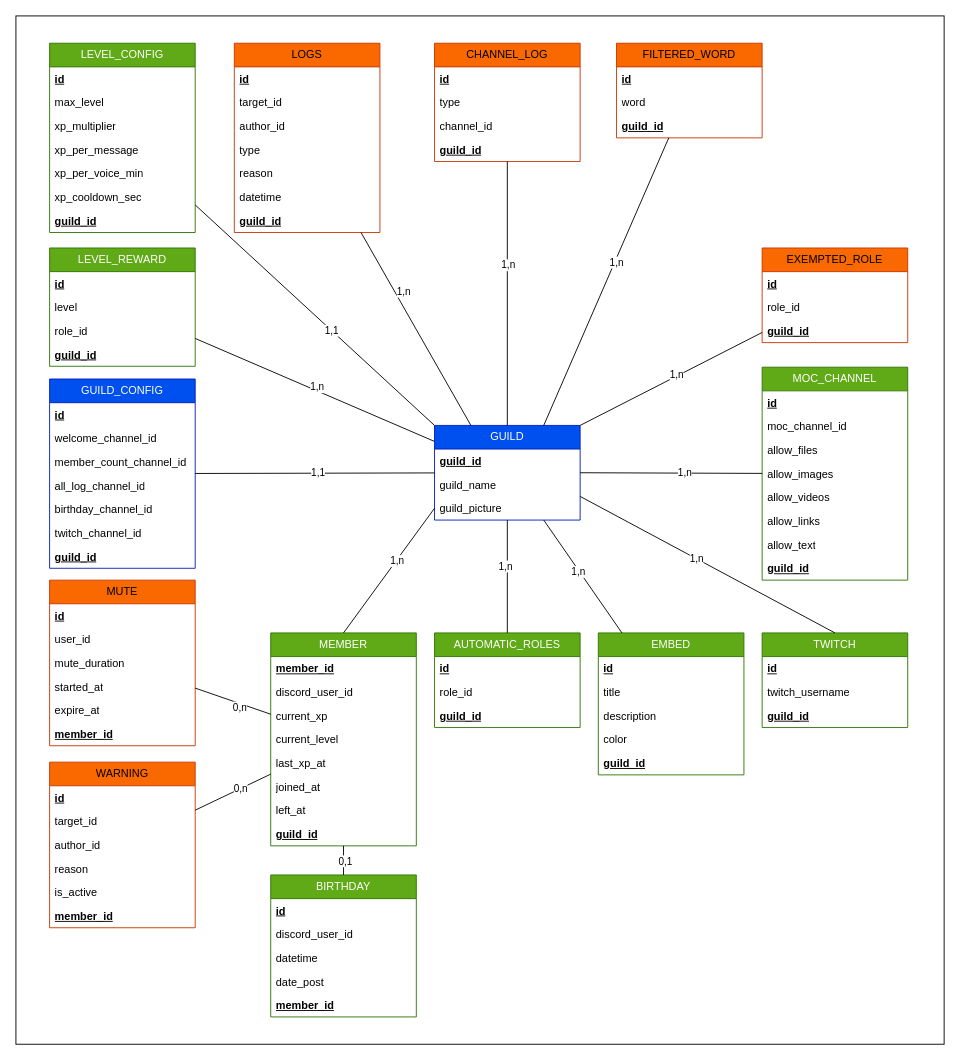
Before: docs/Sprint 1/MLD - Wystrelia.drawio in GwenaelS/CDA-Soutenance, a draw.io diagram. Source tidied: cells renumbered, new cells numbered last; positions are measured from the earlier drawing's top-left corner, leaving out a move shared by most shapes. Both pictures are drawn from the tidied source at 91%, with x=0, y=0 at pixel (15, 15).
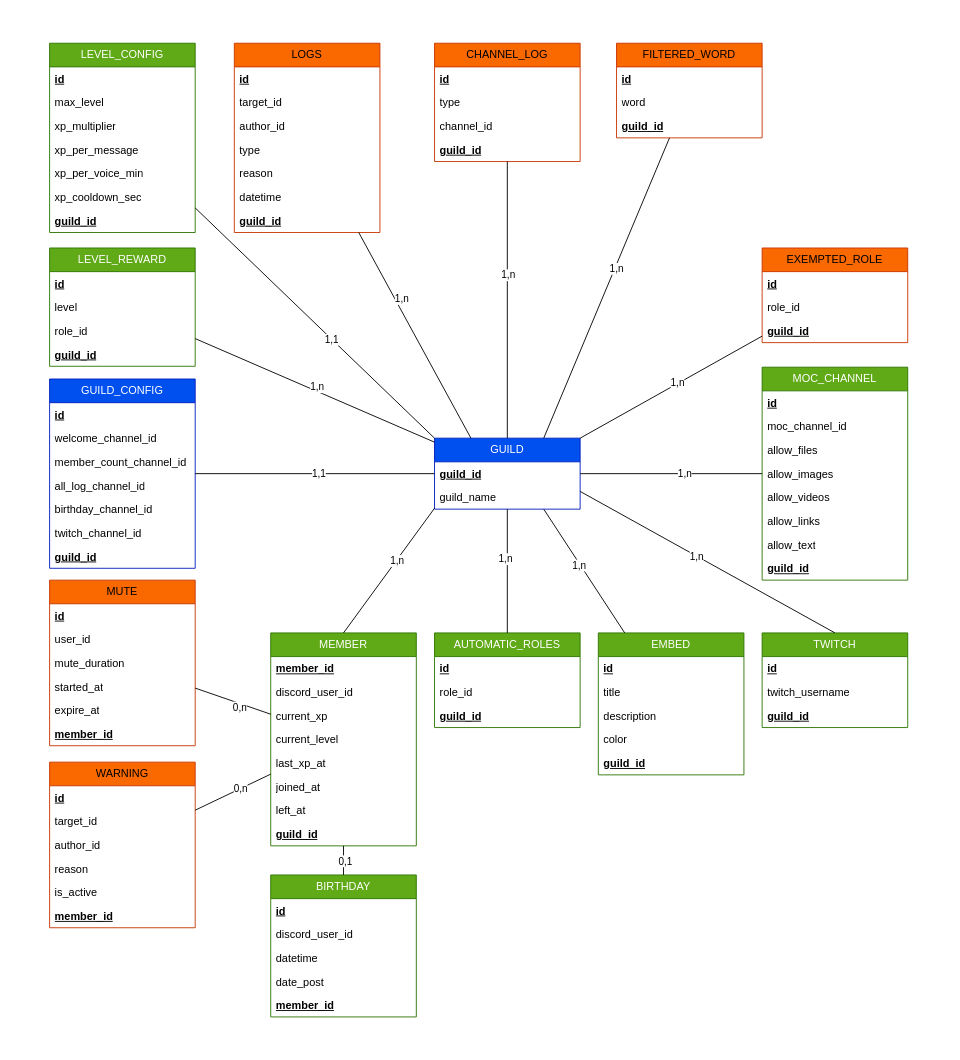
Above is the later version.

Unchanged cells that the change refers to:
```xml
<mxCell id="51" value="MEMBER" style="swimlane;fontStyle=0;horizontal=1;startSize=26;fillColor=#60a917;whiteSpace=wrap;html=1;fontColor=#ffffff;strokeColor=#2D7600;" parent="1" vertex="1">
  <mxGeometry x="280" y="678" width="160" height="234" as="geometry" />
</mxCell>
```

The edit, as a diff of the source:
```diff
@@
-    <mxCell id="2" style="rounded=0;whiteSpace=wrap;html=1;" parent="1" vertex="1">
-      <mxGeometry width="1020" height="1130" as="geometry" />
-    </mxCell>
     <mxCell id="3" value="GUILD" style="swimlane;fontStyle=0;horizontal=1;startSize=26;fillColor=#0050ef;whiteSpace=wrap;html=1;fontColor=#ffffff;strokeColor=#001DBC;strokeWidth=1;" parent="1" vertex="1">
-      <mxGeometry x="460" y="450" width="160" height="104" as="geometry" />
+      <mxGeometry x="460" y="464" width="160" height="78" as="geometry" />
     </mxCell>
@@
-    <mxCell id="6" value="guild_picture" style="text;strokeColor=none;fillColor=none;align=left;verticalAlign=top;spacingLeft=4;spacingRight=4;overflow=hidden;points=[[0,0.5],[1,0.5]];portConstraint=eastwest;whiteSpace=wrap;html=1;" parent="3" vertex="1">
-      <mxGeometry y="78" width="160" height="26" as="geometry" />
-    </mxCell>
@@
-    <mxCell id="111" style="endArrow=none;html=1;rounded=0;exitX=0.5;exitY=0;exitDx=0;exitDy=0;entryX=0;entryY=0.5;entryDx=0;entryDy=0;" parent="1" edge="1" source="51" target="6">
-      <mxGeometry relative="1" as="geometry" />
+    <mxCell id="111" style="endArrow=none;html=1;rounded=0;exitX=0.5;exitY=0;exitDx=0;exitDy=0;entryX=0;entryY=0.5;entryDx=0;entryDy=0;" parent="1" edge="1" source="51">
+      <mxGeometry relative="1" as="geometry">
+        <mxPoint x="460" y="541" as="targetPoint" />
+      </mxGeometry>
     </mxCell>
```
